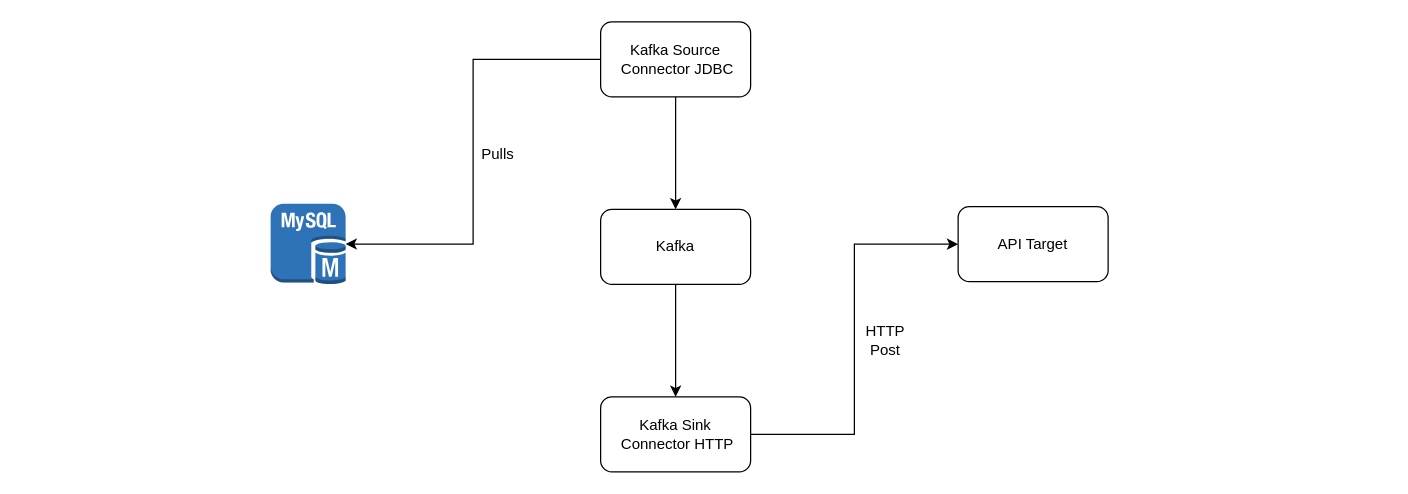
This is images/architecture.drawio from juliocesarscheidt/kafka-connector-mysql, a draw.io file, before an edit. Source tidied: cells renumbered, new cells numbered last; positions are measured from the earlier drawing's top-left corner, leaving out a move shared by most shapes. Both pictures are drawn from the tidied source at 125%, with x=0, y=0 at pixel (270, 21).
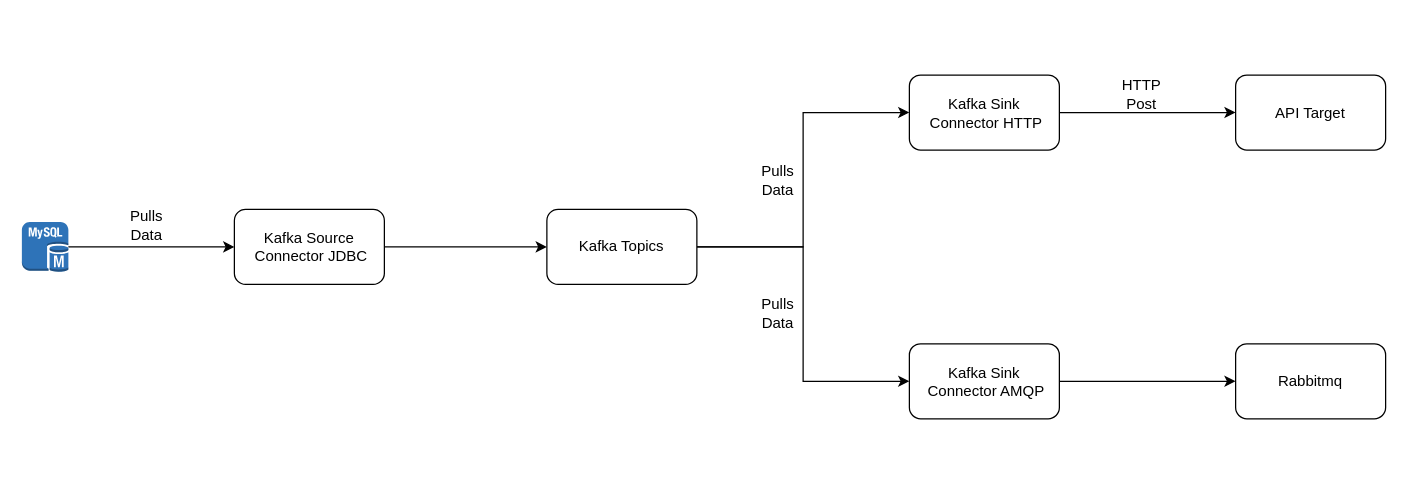
Above is the later version.

What changed in the source:
```diff
@@
 <mxGraphModel>
   <root>
     <mxCell id="0" />
     <mxCell id="1" parent="0" />
-    <mxCell id="2" style="edgeStyle=orthogonalEdgeStyle;rounded=0;jettySize=auto;html=1;entryX=1;entryY=0.5;entryDx=0;entryDy=0;entryPerimeter=0;" parent="1" edge="1" source="4" target="7">
-      <mxGeometry relative="1" as="geometry" />
-    </mxCell>
     <mxCell id="3" style="edgeStyle=orthogonalEdgeStyle;rounded=0;jettySize=auto;html=1;" parent="1" edge="1" source="4" target="6">
       <mxGeometry relative="1" as="geometry" />
     </mxCell>
     <mxCell id="4" value="Kafka Source&lt;br&gt;&amp;nbsp;Connector JDBC" style="rounded=1;whiteSpace=wrap;html=1;" parent="1" vertex="1">
-      <mxGeometry x="264" width="120" height="60" as="geometry" />
+      <mxGeometry x="-29" y="150" width="120" height="60" as="geometry" />
     </mxCell>
-    <mxCell id="5" style="edgeStyle=orthogonalEdgeStyle;rounded=0;jettySize=auto;html=1;entryX=0.5;entryY=0;entryDx=0;entryDy=0;" parent="1" edge="1" source="6" target="10">
+    <mxCell id="5" style="edgeStyle=orthogonalEdgeStyle;rounded=0;jettySize=auto;html=1;entryX=0;entryY=0.5;entryDx=0;entryDy=0;" parent="1" edge="1" source="6" target="10">
       <mxGeometry relative="1" as="geometry" />
     </mxCell>
+    <mxCell id="13" style="edgeStyle=orthogonalEdgeStyle;rounded=0;jettySize=auto;html=1;entryX=0;entryY=0.5;entryDx=0;entryDy=0;" parent="1" edge="1" source="6" target="18">
+      <mxGeometry relative="1" as="geometry" />
+    </mxCell>
-    <mxCell id="6" value="Kafka" style="rounded=1;whiteSpace=wrap;html=1;" parent="1" vertex="1">
-      <mxGeometry x="264" y="150" width="120" height="60" as="geometry" />
+    <mxCell id="6" value="Kafka Topics" style="rounded=1;whiteSpace=wrap;html=1;" parent="1" vertex="1">
+      <mxGeometry x="221" y="150" width="120" height="60" as="geometry" />
     </mxCell>
+    <mxCell id="14" style="edgeStyle=orthogonalEdgeStyle;rounded=0;jettySize=auto;html=1;entryX=0;entryY=0.5;entryDx=0;entryDy=0;" parent="1" edge="1" source="7" target="4">
+      <mxGeometry relative="1" as="geometry" />
+    </mxCell>
     <mxCell id="7" style="outlineConnect=0;dashed=0;verticalLabelPosition=bottom;verticalAlign=top;align=center;html=1;shape=mxgraph.aws3.mysql_db_instance;fillColor=#2E73B8;gradientColor=none;" parent="1" vertex="1">
-      <mxGeometry y="145.5" width="60" height="64.5" as="geometry" />
+      <mxGeometry x="-199" y="160" width="37.2" height="40" as="geometry" />
     </mxCell>
     <mxCell id="8" value="API Target" style="rounded=1;whiteSpace=wrap;html=1;" parent="1" vertex="1">
-      <mxGeometry x="550" y="147.8" width="120" height="60" as="geometry" />
+      <mxGeometry x="772" y="42.5" width="120" height="60" as="geometry" />
     </mxCell>
     <mxCell id="9" style="edgeStyle=orthogonalEdgeStyle;rounded=0;jettySize=auto;html=1;entryX=0;entryY=0.5;entryDx=0;entryDy=0;" parent="1" edge="1" source="10" target="8">
       <mxGeometry relative="1" as="geometry" />
     </mxCell>
     <mxCell id="10" value="Kafka Sink&lt;br&gt;&amp;nbsp;Connector HTTP" style="rounded=1;whiteSpace=wrap;html=1;" parent="1" vertex="1">
-      <mxGeometry x="264" y="300" width="120" height="60" as="geometry" />
+      <mxGeometry x="511" y="42.5" width="120" height="60" as="geometry" />
     </mxCell>
-    <mxCell id="11" value="Pulls" style="text;html=1;strokeColor=none;fillColor=none;align=center;verticalAlign=middle;whiteSpace=wrap;rounded=0;" parent="1" vertex="1">
-      <mxGeometry x="162" y="96" width="40" height="20" as="geometry" />
+    <mxCell id="11" value="Pulls&lt;br&gt;Data" style="text;html=1;strokeColor=none;fillColor=none;align=center;verticalAlign=middle;whiteSpace=wrap;rounded=0;" parent="1" vertex="1">
+      <mxGeometry x="-119" y="145.8" width="40" height="34" as="geometry" />
     </mxCell>
     <mxCell id="12" value="HTTP Post" style="text;html=1;strokeColor=none;fillColor=none;align=center;verticalAlign=middle;whiteSpace=wrap;rounded=0;" parent="1" vertex="1">
-      <mxGeometry x="467" y="240" width="50" height="30" as="geometry" />
+      <mxGeometry x="672" y="42.5" width="50" height="30" as="geometry" />
     </mxCell>
+    <mxCell id="15" value="Rabbitmq" style="rounded=1;whiteSpace=wrap;html=1;" parent="1" vertex="1">
+      <mxGeometry x="772" y="257.5" width="120" height="60" as="geometry" />
+    </mxCell>
+    <mxCell id="16" value="Pulls&lt;br&gt;Data" style="text;html=1;strokeColor=none;fillColor=none;align=center;verticalAlign=middle;whiteSpace=wrap;rounded=0;" parent="1" vertex="1">
+      <mxGeometry x="386" y="109.8" width="40" height="34" as="geometry" />
+    </mxCell>
+    <mxCell id="17" style="edgeStyle=orthogonalEdgeStyle;rounded=0;jettySize=auto;html=1;" parent="1" edge="1" source="18" target="15">
+      <mxGeometry relative="1" as="geometry" />
+    </mxCell>
+    <mxCell id="18" value="Kafka Sink&lt;br&gt;&amp;nbsp;Connector AMQP" style="rounded=1;whiteSpace=wrap;html=1;" parent="1" vertex="1">
+      <mxGeometry x="511" y="257.5" width="120" height="60" as="geometry" />
+    </mxCell>
+    <mxCell id="19" value="Pulls&lt;br&gt;Data" style="text;html=1;strokeColor=none;fillColor=none;align=center;verticalAlign=middle;whiteSpace=wrap;rounded=0;" parent="1" vertex="1">
+      <mxGeometry x="386" y="216.2" width="40" height="34" as="geometry" />
+    </mxCell>
   </root>
 </mxGraphModel>
```
